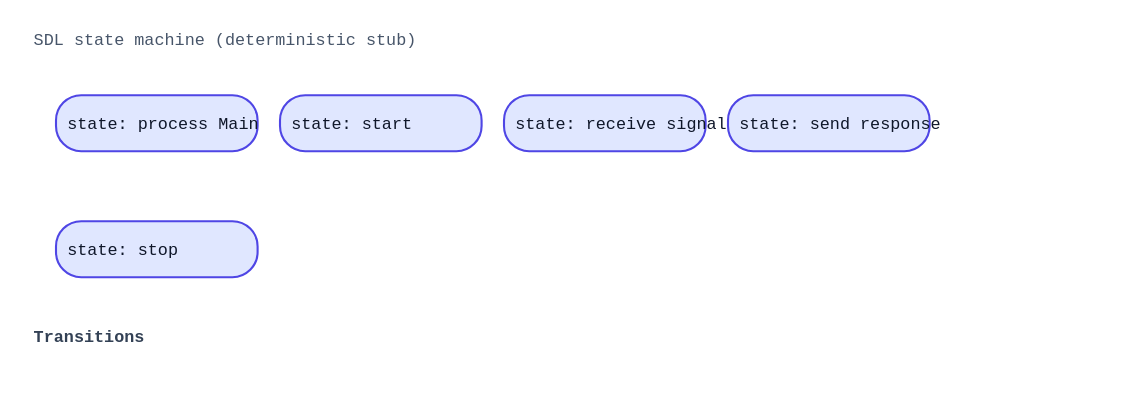
Above: docs/examples/sdl/01_basic_process.svg in alliecatowo/puml (PlantUML), before the change. Its source is kept beside it as docs/examples/sdl/01_basic_process.puml.
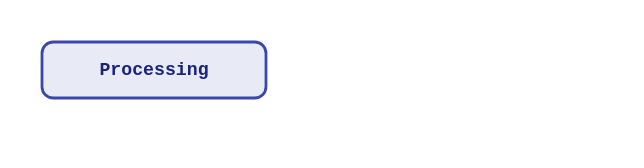
The same file after the commit.

Change to the diagram source:
```diff
@@ -1,7 +1,8 @@
 @startsdl
-process Main
-  start
-  receive signal
-  send response
-  stop
+title Basic SDL Process
+start Idle
+state Processing
+stop Done
+Idle -> Processing : signal
+Processing -> Done : response
 @endsdl
```
